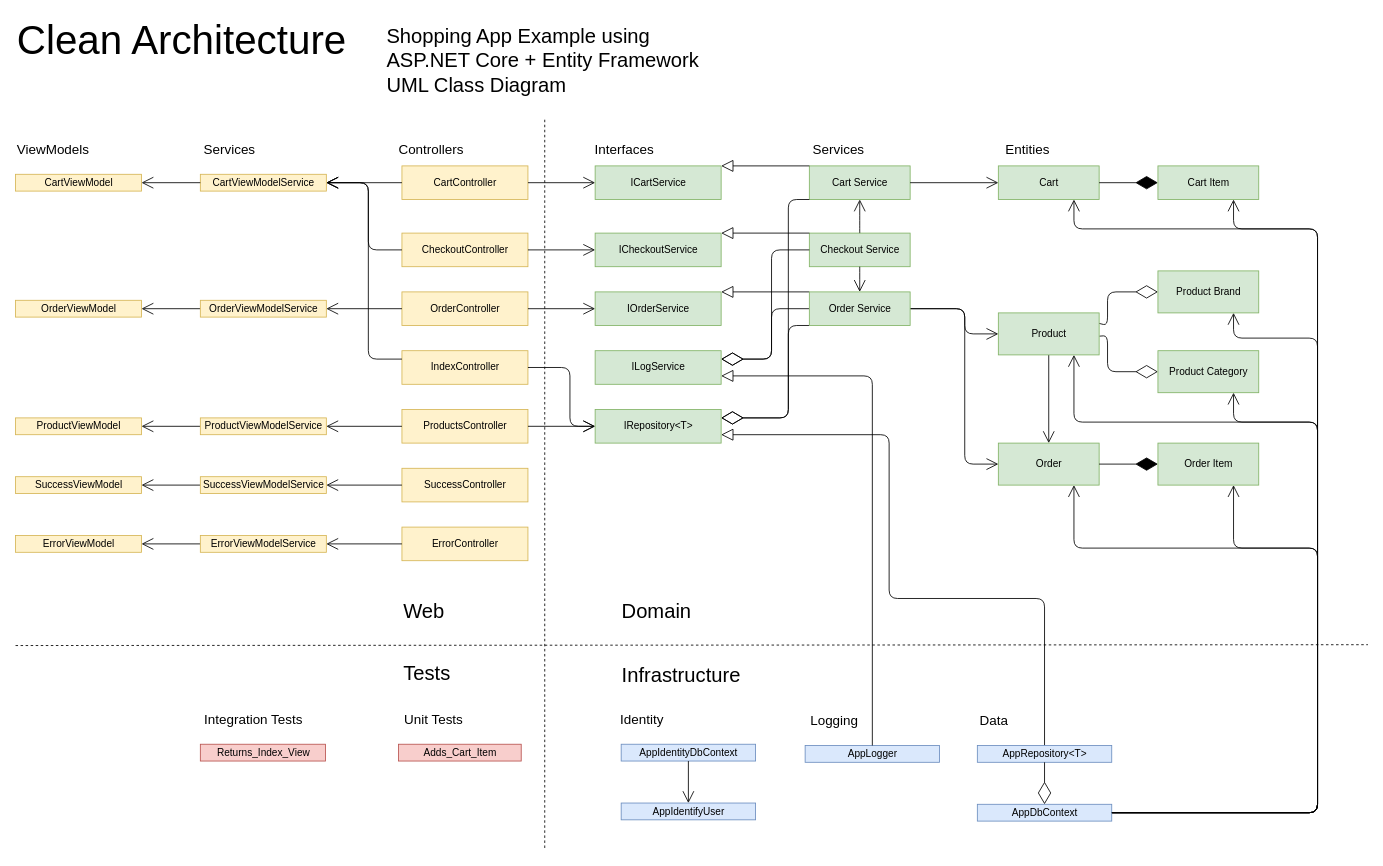
This is Clean_Architecture_Designs/Shopping_v3.drawio from kdaquila/WoodworkingShop, a draw.io file, before an edit. Source tidied: cells renumbered, new cells numbered last; positions are measured from the earlier drawing's top-left corner, leaving out a move shared by most shapes. Both pictures are drawn from the tidied source at 84%, with x=0, y=0 at pixel (15, 14).
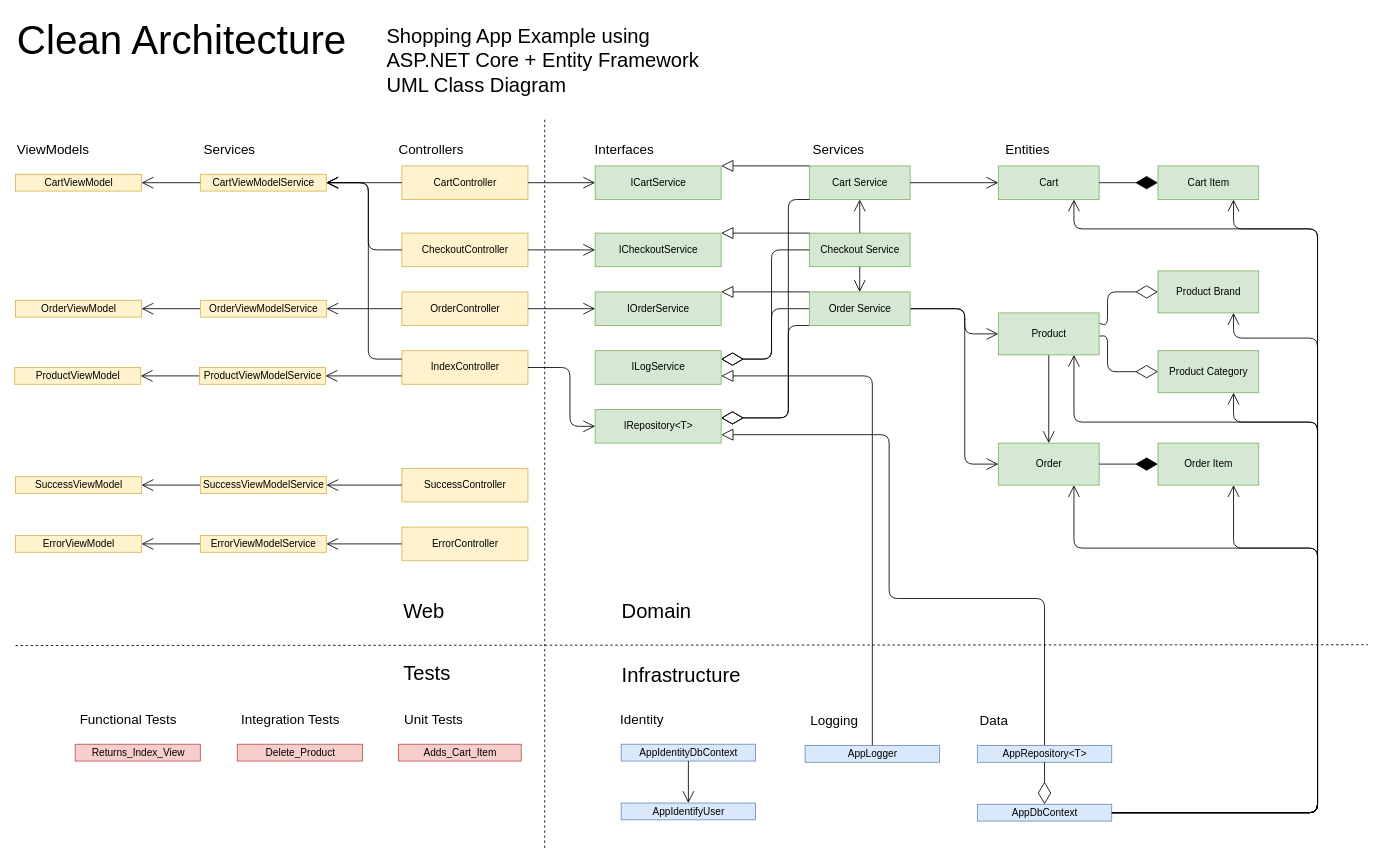
After the change.

Commit message (it also covers changes not shown here):
Added simple home page view

The change refers to these unchanged cells:
```xml
<mxCell id="65" value="IndexController" style="html=1;fillColor=#fff2cc;strokeColor=#d6b656;" parent="1" vertex="1">
  <mxGeometry x="460" y="400" width="150" height="40" as="geometry" />
</mxCell>
```

What changed in the source:
```diff
@@
-    <mxCell id="66" value="ProductsController" style="html=1;fillColor=#fff2cc;strokeColor=#d6b656;" parent="1" vertex="1">
-      <mxGeometry x="460" y="470" width="150" height="40" as="geometry" />
-    </mxCell>
@@
     <mxCell id="74" value="ProductViewModel" style="html=1;fillColor=#fff2cc;strokeColor=#d6b656;" parent="1" vertex="1">
-      <mxGeometry y="480" width="150" height="20" as="geometry" />
+      <mxGeometry x="-1" y="420" width="150" height="20" as="geometry" />
     </mxCell>
@@
-    <mxCell id="83" style="endArrow=open;endFill=1;endSize=12;html=1;fontSize=24;exitX=1;exitY=0.5;exitDx=0;exitDy=0;" parent="1" edge="1" source="66">
-      <mxGeometry relative="1" as="geometry">
-        <mxPoint x="690" y="490" as="targetPoint" />
-      </mxGeometry>
-    </mxCell>
@@
     <mxCell id="88" value="ProductViewModelService" style="html=1;fillColor=#fff2cc;strokeColor=#d6b656;" parent="1" vertex="1">
-      <mxGeometry x="220" y="480" width="150" height="20" as="geometry" />
+      <mxGeometry x="219" y="420" width="150" height="20" as="geometry" />
     </mxCell>
@@
-    <mxCell id="90" style="endArrow=open;endFill=1;endSize=12;html=1;fontSize=24;entryX=1;entryY=0.5;entryDx=0;entryDy=0;exitX=0;exitY=0.5;exitDx=0;exitDy=0;" parent="1" edge="1" source="66" target="88">
+    <mxCell id="90" style="endArrow=open;endFill=1;endSize=12;html=1;fontSize=24;entryX=1;entryY=0.5;entryDx=0;entryDy=0;exitX=0;exitY=0.75;exitDx=0;exitDy=0;" parent="1" edge="1" source="65" target="88">
       <mxGeometry relative="1" as="geometry" />
     </mxCell>
@@
     <mxCell id="102" value="Integration Tests" style="text;html=1;strokeColor=none;fillColor=none;align=center;verticalAlign=middle;whiteSpace=wrap;rounded=0;fontSize=16;rotation=0;" parent="1" vertex="1">
-      <mxGeometry x="220" y="827" width="127" height="23" as="geometry" />
+      <mxGeometry x="264" y="827" width="127" height="23" as="geometry" />
     </mxCell>
@@
-    <mxCell id="104" value="Returns_Index_View" style="html=1;fillColor=#f8cecc;strokeColor=#b85450;" parent="1" vertex="1">
-      <mxGeometry x="220" y="868.5" width="149" height="20" as="geometry" />
+    <mxCell id="104" value="Delete_Product" style="html=1;fillColor=#f8cecc;strokeColor=#b85450;" parent="1" vertex="1">
+      <mxGeometry x="264" y="868.5" width="149" height="20" as="geometry" />
     </mxCell>
+    <mxCell id="105" value="Functional Tests" style="text;html=1;strokeColor=none;fillColor=none;align=center;verticalAlign=middle;whiteSpace=wrap;rounded=0;fontSize=16;rotation=0;" parent="1" vertex="1">
+      <mxGeometry x="71" y="827" width="127" height="23" as="geometry" />
+    </mxCell>
+    <mxCell id="106" value="Returns_Index_View" style="html=1;fillColor=#f8cecc;strokeColor=#b85450;" parent="1" vertex="1">
+      <mxGeometry x="71" y="868.5" width="149" height="20" as="geometry" />
+    </mxCell>
```
